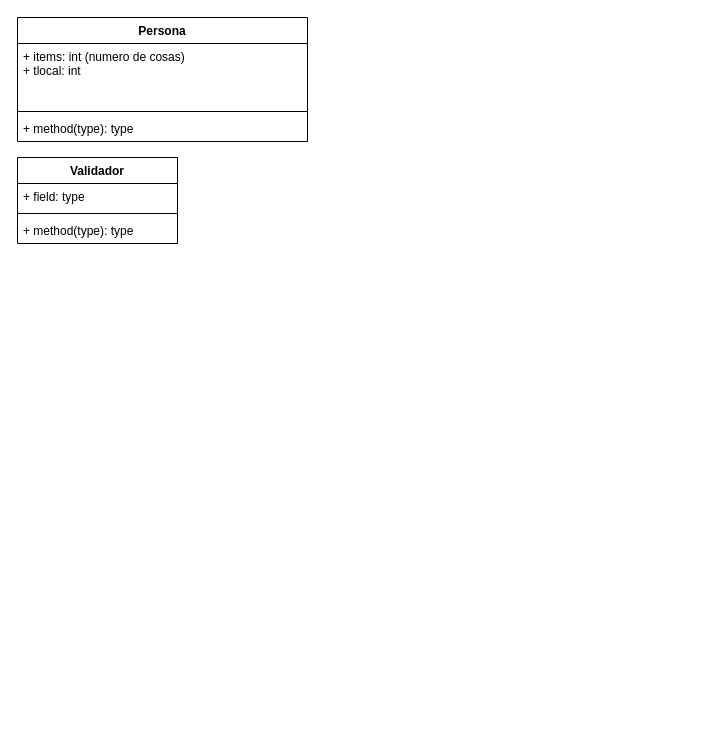
Before: Diagrama sin título.drawio in blnblnbln/HCAI2023, a draw.io diagram. Source tidied: cells renumbered, new cells numbered last; positions are measured from the earlier drawing's top-left corner, leaving out a move shared by most shapes. Both pictures are drawn from the tidied source at 100%, with x=0, y=0 at pixel (17, 17).
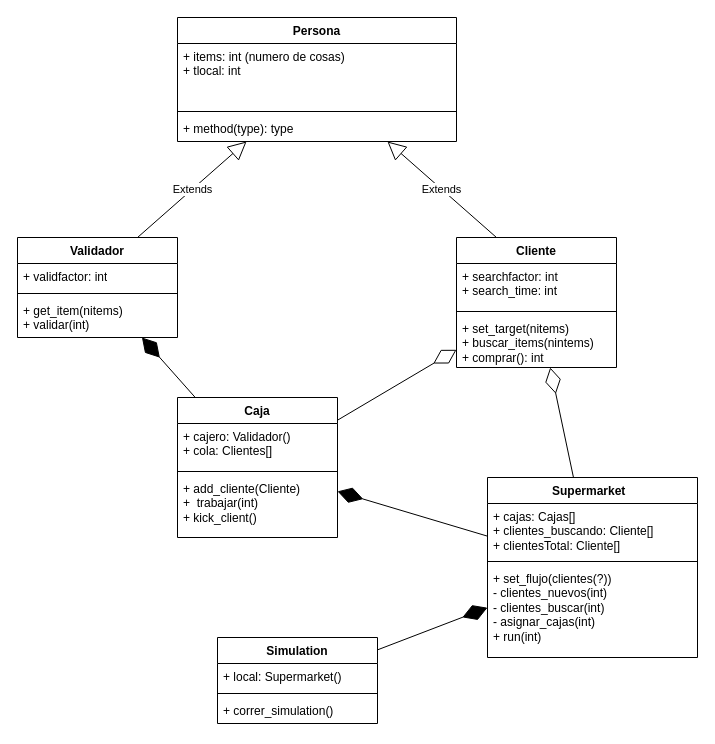
Above is the later version.

The edit, as a diff of the source:
```diff
@@
     <mxCell id="2" value="Persona" style="swimlane;fontStyle=1;align=center;verticalAlign=top;horizontal=1;startSize=26;whiteSpace=wrap;html=1;" parent="1" vertex="1">
-      <mxGeometry width="290" height="124" as="geometry" />
+      <mxGeometry x="160" width="279" height="124" as="geometry" />
     </mxCell>
     <mxCell id="3" value="+ items: int (numero de cosas)&lt;br&gt;+ tlocal: int" style="text;strokeColor=none;fillColor=none;align=left;verticalAlign=top;spacingLeft=4;spacingRight=4;overflow=hidden;whiteSpace=wrap;html=1;" parent="2" vertex="1">
-      <mxGeometry y="26" width="290" height="64" as="geometry" />
+      <mxGeometry y="26" width="279" height="64" as="geometry" />
     </mxCell>
     <mxCell id="4" style="line;strokeWidth=1;fillColor=none;align=left;verticalAlign=middle;spacingTop=-1;spacingLeft=3;spacingRight=3;labelPosition=right;strokeColor=inherit;" parent="2" vertex="1">
-      <mxGeometry y="90" width="290" height="8" as="geometry" />
+      <mxGeometry y="90" width="279" height="8" as="geometry" />
     </mxCell>
     <mxCell id="5" value="+ method(type): type" style="text;strokeColor=none;fillColor=none;align=left;verticalAlign=top;spacingLeft=4;spacingRight=4;overflow=hidden;whiteSpace=wrap;html=1;" parent="2" vertex="1">
-      <mxGeometry y="98" width="290" height="26" as="geometry" />
+      <mxGeometry y="98" width="279" height="26" as="geometry" />
     </mxCell>
     <mxCell id="6" value="Validador" style="swimlane;fontStyle=1;align=center;verticalAlign=top;horizontal=1;startSize=26;whiteSpace=wrap;html=1;" parent="1" vertex="1">
-      <mxGeometry y="140" width="160" height="86" as="geometry" />
+      <mxGeometry y="220" width="160" height="100" as="geometry" />
     </mxCell>
-    <mxCell id="7" value="+ field: type" style="text;strokeColor=none;fillColor=none;align=left;verticalAlign=top;spacingLeft=4;spacingRight=4;overflow=hidden;whiteSpace=wrap;html=1;" parent="6" vertex="1">
+    <mxCell id="7" value="+ validfactor: int" style="text;strokeColor=none;fillColor=none;align=left;verticalAlign=top;spacingLeft=4;spacingRight=4;overflow=hidden;whiteSpace=wrap;html=1;" parent="6" vertex="1">
       <mxGeometry y="26" width="160" height="26" as="geometry" />
     </mxCell>
@@
-    <mxCell id="9" value="+ method(type): type" style="text;strokeColor=none;fillColor=none;align=left;verticalAlign=top;spacingLeft=4;spacingRight=4;overflow=hidden;whiteSpace=wrap;html=1;" parent="6" vertex="1">
-      <mxGeometry y="60" width="160" height="26" as="geometry" />
+    <mxCell id="9" value="+ get_item(nitems)&lt;br&gt;+ validar(int)" style="text;strokeColor=none;fillColor=none;align=left;verticalAlign=top;spacingLeft=4;spacingRight=4;overflow=hidden;whiteSpace=wrap;html=1;" parent="6" vertex="1">
+      <mxGeometry y="60" width="160" height="40" as="geometry" />
     </mxCell>
+    <mxCell id="10" value="Extends" style="endArrow=block;endSize=16;endFill=0;html=1;rounded=0;exitX=0.75;exitY=0;exitDx=0;exitDy=0;" parent="1" edge="1" source="6" target="2">
+      <mxGeometry relative="1" as="geometry" />
+    </mxCell>
+    <mxCell id="11" value="Cliente" style="swimlane;fontStyle=1;align=center;verticalAlign=top;horizontal=1;startSize=26;whiteSpace=wrap;html=1;" parent="1" vertex="1">
+      <mxGeometry x="439" y="220" width="160" height="130" as="geometry" />
+    </mxCell>
+    <mxCell id="12" value="+ searchfactor: int&lt;br&gt;+ search_time: int" style="text;strokeColor=none;fillColor=none;align=left;verticalAlign=top;spacingLeft=4;spacingRight=4;overflow=hidden;whiteSpace=wrap;html=1;" parent="11" vertex="1">
+      <mxGeometry y="26" width="160" height="44" as="geometry" />
+    </mxCell>
+    <mxCell id="13" style="line;strokeWidth=1;fillColor=none;align=left;verticalAlign=middle;spacingTop=-1;spacingLeft=3;spacingRight=3;labelPosition=right;strokeColor=inherit;" parent="11" vertex="1">
+      <mxGeometry y="70" width="160" height="8" as="geometry" />
+    </mxCell>
+    <mxCell id="14" value="+ set_target(nitems)&lt;br&gt;+ buscar_items(nintems)&lt;br&gt;+ comprar(): int" style="text;strokeColor=none;fillColor=none;align=left;verticalAlign=top;spacingLeft=4;spacingRight=4;overflow=hidden;whiteSpace=wrap;html=1;" parent="11" vertex="1">
+      <mxGeometry y="78" width="160" height="52" as="geometry" />
+    </mxCell>
+    <mxCell id="15" value="Extends" style="endArrow=block;endSize=16;endFill=0;html=1;rounded=0;exitX=0.25;exitY=0;exitDx=0;exitDy=0;" parent="1" edge="1" source="11" target="2">
+      <mxGeometry relative="1" as="geometry" />
+    </mxCell>
+    <mxCell id="16" value="Caja" style="swimlane;fontStyle=1;align=center;verticalAlign=top;horizontal=1;startSize=26;whiteSpace=wrap;html=1;" parent="1" vertex="1">
+      <mxGeometry x="160" y="380" width="160" height="140" as="geometry" />
+    </mxCell>
+    <mxCell id="17" value="+ cajero: Validador()&lt;br&gt;+ cola: Clientes[]" style="text;strokeColor=none;fillColor=none;align=left;verticalAlign=top;spacingLeft=4;spacingRight=4;overflow=hidden;whiteSpace=wrap;html=1;" parent="16" vertex="1">
+      <mxGeometry y="26" width="160" height="44" as="geometry" />
+    </mxCell>
+    <mxCell id="18" style="line;strokeWidth=1;fillColor=none;align=left;verticalAlign=middle;spacingTop=-1;spacingLeft=3;spacingRight=3;labelPosition=right;strokeColor=inherit;" parent="16" vertex="1">
+      <mxGeometry y="70" width="160" height="8" as="geometry" />
+    </mxCell>
+    <mxCell id="19" value="+ add_cliente(Cliente)&lt;br&gt;+&amp;nbsp; trabajar(int)&lt;br&gt;+ kick_client()" style="text;strokeColor=none;fillColor=none;align=left;verticalAlign=top;spacingLeft=4;spacingRight=4;overflow=hidden;whiteSpace=wrap;html=1;" parent="16" vertex="1">
+      <mxGeometry y="78" width="160" height="62" as="geometry" />
+    </mxCell>
+    <mxCell id="20" style="endArrow=diamondThin;endFill=1;endSize=24;html=1;rounded=0;" parent="1" edge="1" source="16" target="6">
+      <mxGeometry relative="1" as="geometry" />
+    </mxCell>
+    <mxCell id="21" style="endArrow=diamondThin;endFill=0;endSize=24;html=1;rounded=0;" parent="1" edge="1" source="16" target="11">
+      <mxGeometry relative="1" as="geometry" />
+    </mxCell>
+    <mxCell id="22" value="Supermarket&lt;span style=&quot;white-space: pre;&quot;&gt;&#9;&lt;/span&gt;" style="swimlane;fontStyle=1;align=center;verticalAlign=top;horizontal=1;startSize=26;whiteSpace=wrap;html=1;" parent="1" vertex="1">
+      <mxGeometry x="470" y="460" width="210" height="180" as="geometry" />
+    </mxCell>
+    <mxCell id="23" value="+ cajas: Cajas[]&lt;br&gt;+ clientes_buscando: Cliente[]&amp;nbsp;&lt;br&gt;+ clientesTotal: Cliente[]" style="text;strokeColor=none;fillColor=none;align=left;verticalAlign=top;spacingLeft=4;spacingRight=4;overflow=hidden;whiteSpace=wrap;html=1;" parent="22" vertex="1">
+      <mxGeometry y="26" width="210" height="54" as="geometry" />
+    </mxCell>
+    <mxCell id="24" style="line;strokeWidth=1;fillColor=none;align=left;verticalAlign=middle;spacingTop=-1;spacingLeft=3;spacingRight=3;labelPosition=right;strokeColor=inherit;" parent="22" vertex="1">
+      <mxGeometry y="80" width="210" height="8" as="geometry" />
+    </mxCell>
+    <mxCell id="25" value="+ set_flujo(clientes(?))&lt;br&gt;- clientes_nuevos(int)&lt;br&gt;- clientes_buscar(int)&lt;br&gt;- asignar_cajas(int)&lt;br&gt;+ run(int)" style="text;strokeColor=none;fillColor=none;align=left;verticalAlign=top;spacingLeft=4;spacingRight=4;overflow=hidden;whiteSpace=wrap;html=1;" parent="22" vertex="1">
+      <mxGeometry y="88" width="210" height="92" as="geometry" />
+    </mxCell>
+    <mxCell id="26" style="endArrow=diamondThin;endFill=0;endSize=24;html=1;rounded=0;" parent="1" edge="1" source="22" target="11">
+      <mxGeometry relative="1" as="geometry" />
+    </mxCell>
+    <mxCell id="27" style="endArrow=diamondThin;endFill=1;endSize=24;html=1;rounded=0;" parent="1" edge="1" source="22" target="16">
+      <mxGeometry relative="1" as="geometry" />
+    </mxCell>
+    <mxCell id="28" value="Simulation" style="swimlane;fontStyle=1;align=center;verticalAlign=top;horizontal=1;startSize=26;whiteSpace=wrap;html=1;" parent="1" vertex="1">
+      <mxGeometry x="200" y="620" width="160" height="86" as="geometry" />
+    </mxCell>
+    <mxCell id="29" value="+ local: Supermarket()" style="text;strokeColor=none;fillColor=none;align=left;verticalAlign=top;spacingLeft=4;spacingRight=4;overflow=hidden;whiteSpace=wrap;html=1;" parent="28" vertex="1">
+      <mxGeometry y="26" width="160" height="26" as="geometry" />
+    </mxCell>
+    <mxCell id="30" style="line;strokeWidth=1;fillColor=none;align=left;verticalAlign=middle;spacingTop=-1;spacingLeft=3;spacingRight=3;labelPosition=right;strokeColor=inherit;" parent="28" vertex="1">
+      <mxGeometry y="52" width="160" height="8" as="geometry" />
+    </mxCell>
+    <mxCell id="31" value="+ correr_simulation()" style="text;strokeColor=none;fillColor=none;align=left;verticalAlign=top;spacingLeft=4;spacingRight=4;overflow=hidden;whiteSpace=wrap;html=1;" parent="28" vertex="1">
+      <mxGeometry y="60" width="160" height="26" as="geometry" />
+    </mxCell>
+    <mxCell id="32" style="endArrow=diamondThin;endFill=1;endSize=24;html=1;rounded=0;" parent="1" edge="1" source="28" target="22">
+      <mxGeometry relative="1" as="geometry" />
+    </mxCell>
```
